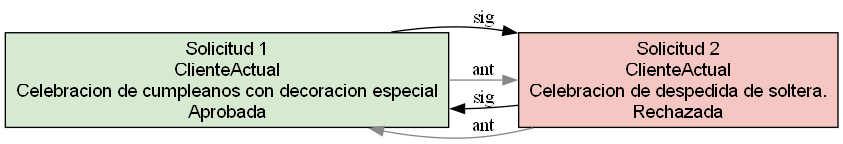
The Graphviz diagram build/reporte_solicitudes.png in sergioraulquezel/EDD_2S2026_PY_202401290, before a commit. Its source is kept beside it as build/reporte_solicitudes.dot. Source of this version:
```dot
digraph Solicitudes {
  rankdir=LR;
  node [shape=box, style=filled, fontname="Arial"];
  sol_1 [label="Solicitud 1\nClienteActual\nCelebracion de cumpleanos con decoracion especial\nAprobada", fillcolor="#d7ead1"];
  sol_1 -> sol_2 [label="sig"];
  sol_1 -> sol_2 [label="ant", color="#888888"];
  sol_2 [label="Solicitud 2\nClienteActual\nCelebracion de despedida de soltera.\nRechazada", fillcolor="#f4c7c3"];
  sol_2 -> sol_1 [label="sig"];
  sol_2 -> sol_1 [label="ant", color="#888888"];
}
```
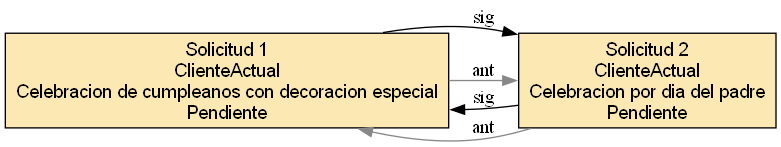
After the change.

Diff of the diagram source:
```diff
@@ -1,10 +1,10 @@
 digraph Solicitudes {
   rankdir=LR;
   node [shape=box, style=filled, fontname="Arial"];
-  sol_1 [label="Solicitud 1\nClienteActual\nCelebracion de cumpleanos con decoracion especial\nAprobada", fillcolor="#d7ead1"];
+  sol_1 [label="Solicitud 1\nClienteActual\nCelebracion de cumpleanos con decoracion especial\nPendiente", fillcolor="#fce8b2"];
   sol_1 -> sol_2 [label="sig"];
   sol_1 -> sol_2 [label="ant", color="#888888"];
-  sol_2 [label="Solicitud 2\nClienteActual\nCelebracion de despedida de soltera.\nRechazada", fillcolor="#f4c7c3"];
+  sol_2 [label="Solicitud 2\nClienteActual\nCelebracion por dia del padre\nPendiente", fillcolor="#fce8b2"];
   sol_2 -> sol_1 [label="sig"];
   sol_2 -> sol_1 [label="ant", color="#888888"];
 }
```
